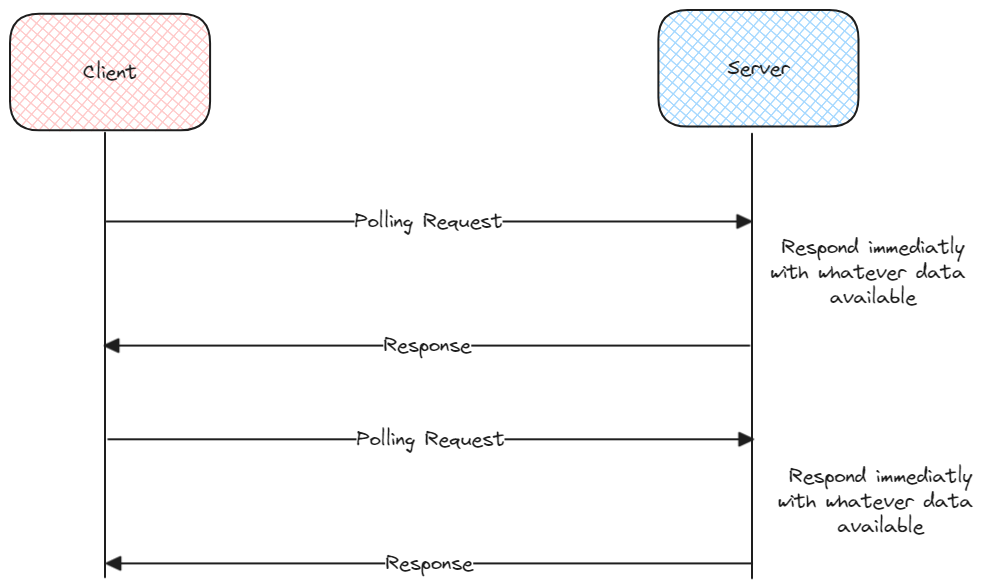
This is static/img/short-polling.excalidraw.png from swaroopar/inprogress-engineer, a Excalidraw export, as it was before one commit. Source tidied: one line per element, renumbered; positions are measured from the earlier drawing's top-left corner, leaving out a move shared by most shapes.
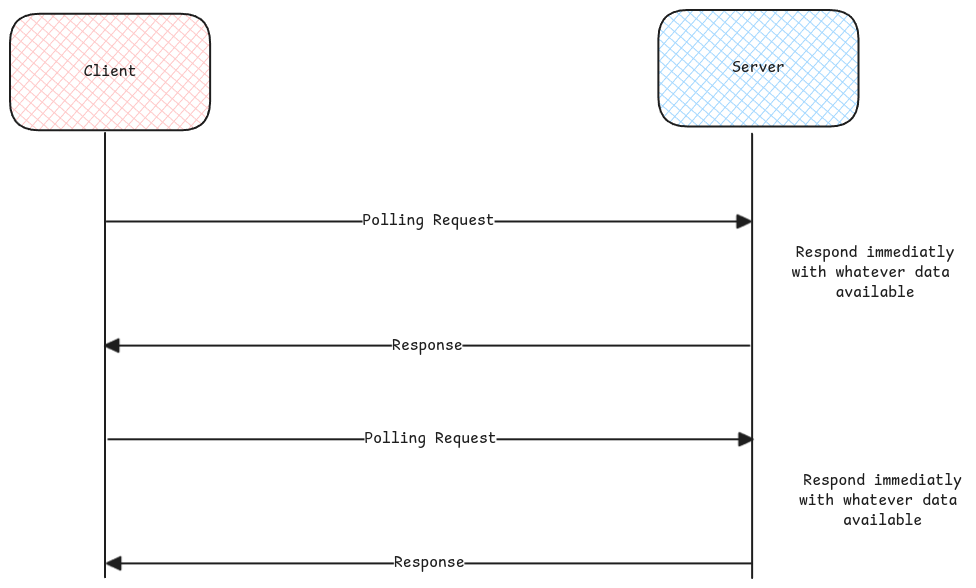
After the change.

Change to the diagram source:
```diff
@@ -1,16 +1,16 @@
 {"id": 0, "type": "rectangle", "strokeColor": "#1e1e1e", "backgroundColor": "#ffc9c9", "fillStyle": "cross-hatch", "strokeWidth": 2, "roughness": 0, "round": true, "x": 0, "y": 4, "width": 200, "height": 117}
-{"id": 1, "type": "text", "text": "Client", "strokeColor": "#1e1e1e", "backgroundColor": "#ffc9c9", "fillStyle": "cross-hatch", "strokeWidth": 2, "roughness": 0, "fontSize": 20, "fontFamily": 1, "textAlign": "center", "verticalAlign": "middle", "inside": 0, "x": 73, "y": 50, "width": 54, "height": 25}
+{"id": 1, "type": "text", "text": "Client", "strokeColor": "#1e1e1e", "backgroundColor": "#ffc9c9", "fillStyle": "cross-hatch", "strokeWidth": 2, "roughness": 0, "fontSize": 16, "fontFamily": 8, "textAlign": "center", "verticalAlign": "middle", "inside": 0, "x": 74, "y": 52, "width": 53, "height": 20}
 {"id": 2, "type": "rectangle", "strokeColor": "#1e1e1e", "backgroundColor": "#a5d8ff", "fillStyle": "cross-hatch", "strokeWidth": 2, "roughness": 0, "round": true, "x": 648, "y": 0, "width": 200, "height": 117}
-{"id": 3, "type": "text", "text": "Server", "strokeColor": "#1e1e1e", "backgroundColor": "#ffc9c9", "fillStyle": "cross-hatch", "strokeWidth": 2, "roughness": 0, "fontSize": 20, "fontFamily": 1, "textAlign": "center", "verticalAlign": "middle", "inside": 2, "x": 718, "y": 46, "width": 62, "height": 25}
+{"id": 3, "type": "text", "text": "Server", "strokeColor": "#1e1e1e", "backgroundColor": "#ffc9c9", "fillStyle": "cross-hatch", "strokeWidth": 2, "roughness": 0, "fontSize": 16, "fontFamily": 8, "textAlign": "center", "verticalAlign": "middle", "inside": 2, "x": 722, "y": 48, "width": 53, "height": 20}
-{"id": 4, "type": "line", "strokeColor": "#1e1e1e", "backgroundColor": "#ffc9c9", "fillStyle": "cross-hatch", "strokeWidth": 2, "roughness": 0, "round": true, "from": 0, "x": 95, "y": 123, "width": 0, "height": 445, "points": [[0, 0], [0, 445]]}
+{"id": 4, "type": "line", "strokeColor": "#1e1e1e", "backgroundColor": "#ffc9c9", "fillStyle": "cross-hatch", "strokeWidth": 2, "roughness": 0, "round": true, "x": 95, "y": 123, "width": 0, "height": 445, "points": [[0, 0], [0, 445]]}
 {"id": 5, "type": "line", "strokeColor": "#1e1e1e", "backgroundColor": "#ffc9c9", "fillStyle": "cross-hatch", "strokeWidth": 2, "roughness": 0, "round": true, "x": 742, "y": 124, "width": 0, "height": 445, "points": [[0, 0], [0, 445]]}
 {"id": 6, "type": "arrow", "strokeColor": "#1e1e1e", "backgroundColor": "#ffc9c9", "fillStyle": "cross-hatch", "strokeWidth": 2, "roughness": 0, "endArrowhead": "triangle", "round": true, "x": 96, "y": 211, "width": 645, "height": 0, "points": [[0, 0], [645, 0]]}
-{"id": 7, "type": "text", "text": "Polling Request", "strokeColor": "#1e1e1e", "backgroundColor": "#ffc9c9", "fillStyle": "cross-hatch", "strokeWidth": 2, "roughness": 0, "fontSize": 20, "fontFamily": 1, "textAlign": "center", "verticalAlign": "middle", "inside": 6, "x": 102, "y": 204, "width": 148, "height": 25}
+{"id": 7, "type": "text", "text": "Polling Request", "strokeColor": "#1e1e1e", "backgroundColor": "#ffc9c9", "fillStyle": "cross-hatch", "strokeWidth": 2, "roughness": 0, "fontSize": 16, "fontFamily": 8, "textAlign": "center", "verticalAlign": "middle", "inside": 6, "x": 353, "y": 201, "width": 132, "height": 20}
-{"id": 8, "type": "text", "text": "Respond immediatly\nwith whatever data \navailable", "strokeColor": "#1e1e1e", "backgroundColor": "#ffc9c9", "fillStyle": "cross-hatch", "strokeWidth": 2, "roughness": 0, "fontSize": 20, "fontFamily": 1, "textAlign": "center", "x": 761, "y": 225, "width": 205, "height": 75}
+{"id": 8, "type": "text", "text": "Respond immediatly\nwith whatever data \navailable", "strokeColor": "#1e1e1e", "backgroundColor": "#ffc9c9", "fillStyle": "cross-hatch", "strokeWidth": 2, "roughness": 0, "fontSize": 16, "fontFamily": 8, "textAlign": "center", "x": 781, "y": 233, "width": 167, "height": 60}
 {"id": 9, "type": "arrow", "strokeColor": "#1e1e1e", "backgroundColor": "#ffc9c9", "fillStyle": "cross-hatch", "strokeWidth": 2, "roughness": 0, "endArrowhead": "triangle", "round": true, "x": 740, "y": 336, "width": 645, "height": 0, "points": [[0, 0], [-645, 0]]}
-{"id": 10, "type": "text", "text": "Response", "strokeColor": "#1e1e1e", "backgroundColor": "#ffc9c9", "fillStyle": "cross-hatch", "strokeWidth": 2, "roughness": 0, "fontSize": 20, "fontFamily": 1, "textAlign": "center", "verticalAlign": "middle", "inside": 9, "x": 131, "y": 328, "width": 87, "height": 25}
+{"id": 10, "type": "text", "text": "Response", "strokeColor": "#1e1e1e", "backgroundColor": "#ffc9c9", "fillStyle": "cross-hatch", "strokeWidth": 2, "roughness": 0, "fontSize": 16, "fontFamily": 8, "textAlign": "center", "verticalAlign": "middle", "inside": 9, "x": 382, "y": 326, "width": 70, "height": 20}
 {"id": 11, "type": "arrow", "strokeColor": "#1e1e1e", "backgroundColor": "#ffc9c9", "fillStyle": "cross-hatch", "strokeWidth": 2, "roughness": 0, "endArrowhead": "triangle", "round": true, "x": 98, "y": 429, "width": 645, "height": 0, "points": [[0, 0], [645, 0]]}
-{"id": 12, "type": "text", "text": "Polling Request", "strokeColor": "#1e1e1e", "backgroundColor": "#ffc9c9", "fillStyle": "cross-hatch", "strokeWidth": 2, "roughness": 0, "fontSize": 20, "fontFamily": 1, "textAlign": "center", "verticalAlign": "middle", "inside": 11, "x": 104, "y": 421, "width": 148, "height": 25}
+{"id": 12, "type": "text", "text": "Polling Request", "strokeColor": "#1e1e1e", "backgroundColor": "#ffc9c9", "fillStyle": "cross-hatch", "strokeWidth": 2, "roughness": 0, "fontSize": 16, "fontFamily": 8, "textAlign": "center", "verticalAlign": "middle", "inside": 11, "x": 354, "y": 419, "width": 132, "height": 20}
 {"id": 13, "type": "arrow", "strokeColor": "#1e1e1e", "backgroundColor": "#ffc9c9", "fillStyle": "cross-hatch", "strokeWidth": 2, "roughness": 0, "endArrowhead": "triangle", "round": true, "x": 742, "y": 553, "width": 645, "height": 0, "points": [[0, 0], [-645, 0]]}
-{"id": 14, "type": "text", "text": "Response", "strokeColor": "#1e1e1e", "backgroundColor": "#ffc9c9", "fillStyle": "cross-hatch", "strokeWidth": 2, "roughness": 0, "fontSize": 20, "fontFamily": 1, "textAlign": "center", "verticalAlign": "middle", "inside": 13, "x": 133, "y": 546, "width": 87, "height": 25}
+{"id": 14, "type": "text", "text": "Response", "strokeColor": "#1e1e1e", "backgroundColor": "#ffc9c9", "fillStyle": "cross-hatch", "strokeWidth": 2, "roughness": 0, "fontSize": 16, "fontFamily": 8, "textAlign": "center", "verticalAlign": "middle", "inside": 13, "x": 384, "y": 543, "width": 70, "height": 20}
-{"id": 15, "type": "text", "text": "Respond immediatly\nwith whatever data \navailable", "strokeColor": "#1e1e1e", "backgroundColor": "#ffc9c9", "fillStyle": "cross-hatch", "strokeWidth": 2, "roughness": 0, "fontSize": 20, "fontFamily": 1, "textAlign": "center", "x": 768, "y": 454, "width": 205, "height": 75}
+{"id": 15, "type": "text", "text": "Respond immediatly\nwith whatever data \navailable", "strokeColor": "#1e1e1e", "backgroundColor": "#ffc9c9", "fillStyle": "cross-hatch", "strokeWidth": 2, "roughness": 0, "fontSize": 16, "fontFamily": 8, "textAlign": "center", "x": 789, "y": 461, "width": 167, "height": 60}
```
